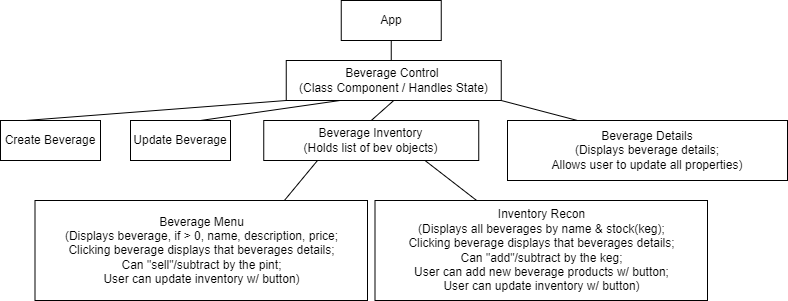
This is plan.png from jessi-b/tap-room, a draw.io export, as it was before one commit. Source tidied: cells renumbered, new cells last; positions are measured from the earlier drawing's top-left corner, leaving out a move shared by most shapes. Source of this version:
```xml
<mxGraphModel>
  <root>
    <mxCell id="0" />
    <mxCell id="1" parent="0" />
    <mxCell id="2" value="App" style="whiteSpace=wrap;html=1;align=center;" parent="1" vertex="1">
      <mxGeometry x="340.8" width="100" height="40" as="geometry" />
    </mxCell>
    <mxCell id="3" value="Beverage Control&amp;nbsp;&lt;br&gt;(Class Component / Handles State)" style="whiteSpace=wrap;html=1;align=center;" parent="1" vertex="1">
      <mxGeometry x="285.8" y="60" width="215" height="40" as="geometry" />
    </mxCell>
    <mxCell id="4" value="Beverage Inventory&lt;br&gt;(Holds list of bev objects)" style="whiteSpace=wrap;html=1;align=center;" parent="1" vertex="1">
      <mxGeometry x="263.2" y="120" width="215" height="40" as="geometry" />
    </mxCell>
    <mxCell id="5" value="Beverage Details&lt;br&gt;(Displays beverage details;&lt;br&gt;Allows user to update all properties)" style="whiteSpace=wrap;html=1;align=center;" parent="1" vertex="1">
      <mxGeometry x="507" y="120" width="280" height="60" as="geometry" />
    </mxCell>
    <mxCell id="6" value="Beverage Menu&lt;br&gt;(Displays beverage, if &amp;gt; 0, name, description, price;&lt;br&gt;Clicking beverage displays that beverages details;&lt;br&gt;Can &quot;sell&quot;/subtract by the pint;&lt;br&gt;User can update inventory w/ button)" style="whiteSpace=wrap;html=1;align=center;" parent="1" vertex="1">
      <mxGeometry x="34.5" y="200" width="332.5" height="100" as="geometry" />
    </mxCell>
    <mxCell id="7" value="Inventory Recon&lt;br&gt;(Displays all beverages by name &amp;amp; stock(keg);&lt;br&gt;Clicking beverage displays that beverages details;&lt;br&gt;Can &quot;add&quot;/subtract by the keg;&lt;br&gt;User can add new beverage products w/ button;&lt;br&gt;User can update inventory w/ button)" style="whiteSpace=wrap;html=1;align=center;" parent="1" vertex="1">
      <mxGeometry x="374.5" y="200" width="332.5" height="100" as="geometry" />
    </mxCell>
    <mxCell id="8" style="endArrow=none;html=1;rounded=0;exitX=0.25;exitY=1;exitDx=0;exitDy=0;entryX=0.75;entryY=0;entryDx=0;entryDy=0;" parent="1" edge="1" source="4" target="6">
      <mxGeometry relative="1" as="geometry" />
    </mxCell>
    <mxCell id="9" style="endArrow=none;html=1;rounded=0;exitX=0.5;exitY=1;exitDx=0;exitDy=0;" parent="1" edge="1" source="2">
      <mxGeometry relative="1" as="geometry">
        <mxPoint x="390.8" y="60" as="targetPoint" />
      </mxGeometry>
    </mxCell>
    <mxCell id="10" style="endArrow=none;html=1;rounded=0;exitX=0.75;exitY=1;exitDx=0;exitDy=0;" parent="1" edge="1" source="4" target="7">
      <mxGeometry relative="1" as="geometry" />
    </mxCell>
    <mxCell id="11" value="Update Beverage" style="whiteSpace=wrap;html=1;align=center;" parent="1" vertex="1">
      <mxGeometry x="130" y="120" width="100" height="40" as="geometry" />
    </mxCell>
    <mxCell id="12" value="Create Beverage" style="whiteSpace=wrap;html=1;align=center;" parent="1" vertex="1">
      <mxGeometry y="120" width="100" height="40" as="geometry" />
    </mxCell>
    <mxCell id="13" style="endArrow=none;html=1;rounded=0;entryX=0;entryY=1;entryDx=0;entryDy=0;exitX=0.25;exitY=0;exitDx=0;exitDy=0;" parent="1" edge="1" source="12" target="3">
      <mxGeometry relative="1" as="geometry" />
    </mxCell>
    <mxCell id="14" style="endArrow=none;html=1;rounded=0;entryX=0.25;entryY=1;entryDx=0;entryDy=0;" parent="1" edge="1" target="3">
      <mxGeometry relative="1" as="geometry">
        <mxPoint x="200" y="120" as="sourcePoint" />
      </mxGeometry>
    </mxCell>
    <mxCell id="15" style="endArrow=none;html=1;rounded=0;entryX=1;entryY=1;entryDx=0;entryDy=0;exitX=0.25;exitY=0;exitDx=0;exitDy=0;" parent="1" edge="1" source="5" target="3">
      <mxGeometry relative="1" as="geometry" />
    </mxCell>
    <mxCell id="16" style="endArrow=none;html=1;rounded=0;entryX=0.5;entryY=1;entryDx=0;entryDy=0;exitX=0.5;exitY=0;exitDx=0;exitDy=0;" parent="1" edge="1" source="4" target="3">
      <mxGeometry relative="1" as="geometry" />
    </mxCell>
  </root>
</mxGraphModel>
```
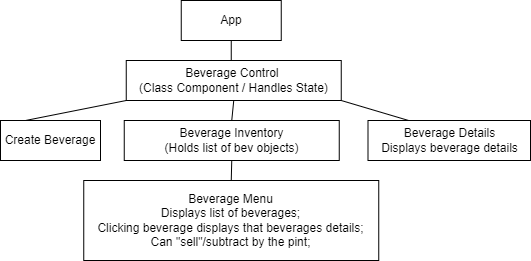
Later version of the same file.

Diff of the diagram source:
```diff
@@ -9,18 +9,15 @@
       <mxGeometry x="285.8" y="60" width="215" height="40" as="geometry" />
     </mxCell>
     <mxCell id="4" value="Beverage Inventory&lt;br&gt;(Holds list of bev objects)" style="whiteSpace=wrap;html=1;align=center;" parent="1" vertex="1">
-      <mxGeometry x="263.2" y="120" width="215" height="40" as="geometry" />
+      <mxGeometry x="283.8" y="120" width="215" height="40" as="geometry" />
     </mxCell>
-    <mxCell id="5" value="Beverage Details&lt;br&gt;(Displays beverage details;&lt;br&gt;Allows user to update all properties)" style="whiteSpace=wrap;html=1;align=center;" parent="1" vertex="1">
-      <mxGeometry x="507" y="120" width="280" height="60" as="geometry" />
+    <mxCell id="5" value="Beverage Details&lt;br&gt;Displays beverage details" style="whiteSpace=wrap;html=1;align=center;" parent="1" vertex="1">
+      <mxGeometry x="527.5" y="120" width="162.5" height="40" as="geometry" />
     </mxCell>
-    <mxCell id="6" value="Beverage Menu&lt;br&gt;(Displays beverage, if &amp;gt; 0, name, description, price;&lt;br&gt;Clicking beverage displays that beverages details;&lt;br&gt;Can &quot;sell&quot;/subtract by the pint;&lt;br&gt;User can update inventory w/ button)" style="whiteSpace=wrap;html=1;align=center;" parent="1" vertex="1">
-      <mxGeometry x="34.5" y="200" width="332.5" height="100" as="geometry" />
+    <mxCell id="6" value="Beverage Menu&lt;br&gt;Displays list of beverages;&lt;br&gt;Clicking beverage displays that beverages details;&lt;br&gt;Can &quot;sell&quot;/subtract by the pint;" style="whiteSpace=wrap;html=1;align=center;" parent="1" vertex="1">
+      <mxGeometry x="243.2" y="180" width="295" height="80" as="geometry" />
     </mxCell>
-    <mxCell id="7" value="Inventory Recon&lt;br&gt;(Displays all beverages by name &amp;amp; stock(keg);&lt;br&gt;Clicking beverage displays that beverages details;&lt;br&gt;Can &quot;add&quot;/subtract by the keg;&lt;br&gt;User can add new beverage products w/ button;&lt;br&gt;User can update inventory w/ button)" style="whiteSpace=wrap;html=1;align=center;" parent="1" vertex="1">
-      <mxGeometry x="374.5" y="200" width="332.5" height="100" as="geometry" />
-    </mxCell>
-    <mxCell id="8" style="endArrow=none;html=1;rounded=0;exitX=0.25;exitY=1;exitDx=0;exitDy=0;entryX=0.75;entryY=0;entryDx=0;entryDy=0;" parent="1" edge="1" source="4" target="6">
+    <mxCell id="8" style="endArrow=none;html=1;rounded=0;entryX=0.5;entryY=0;entryDx=0;entryDy=0;exitX=0.5;exitY=1;exitDx=0;exitDy=0;" parent="1" edge="1" source="4" target="6">
       <mxGeometry relative="1" as="geometry" />
     </mxCell>
     <mxCell id="9" style="endArrow=none;html=1;rounded=0;exitX=0.5;exitY=1;exitDx=0;exitDy=0;" parent="1" edge="1" source="2">
@@ -28,23 +25,12 @@
         <mxPoint x="390.8" y="60" as="targetPoint" />
       </mxGeometry>
     </mxCell>
-    <mxCell id="10" style="endArrow=none;html=1;rounded=0;exitX=0.75;exitY=1;exitDx=0;exitDy=0;" parent="1" edge="1" source="4" target="7">
-      <mxGeometry relative="1" as="geometry" />
-    </mxCell>
-    <mxCell id="11" value="Update Beverage" style="whiteSpace=wrap;html=1;align=center;" parent="1" vertex="1">
-      <mxGeometry x="130" y="120" width="100" height="40" as="geometry" />
-    </mxCell>
     <mxCell id="12" value="Create Beverage" style="whiteSpace=wrap;html=1;align=center;" parent="1" vertex="1">
-      <mxGeometry y="120" width="100" height="40" as="geometry" />
+      <mxGeometry x="160" y="120" width="100" height="40" as="geometry" />
     </mxCell>
     <mxCell id="13" style="endArrow=none;html=1;rounded=0;entryX=0;entryY=1;entryDx=0;entryDy=0;exitX=0.25;exitY=0;exitDx=0;exitDy=0;" parent="1" edge="1" source="12" target="3">
       <mxGeometry relative="1" as="geometry" />
     </mxCell>
-    <mxCell id="14" style="endArrow=none;html=1;rounded=0;entryX=0.25;entryY=1;entryDx=0;entryDy=0;" parent="1" edge="1" target="3">
-      <mxGeometry relative="1" as="geometry">
-        <mxPoint x="200" y="120" as="sourcePoint" />
-      </mxGeometry>
-    </mxCell>
     <mxCell id="15" style="endArrow=none;html=1;rounded=0;entryX=1;entryY=1;entryDx=0;entryDy=0;exitX=0.25;exitY=0;exitDx=0;exitDy=0;" parent="1" edge="1" source="5" target="3">
       <mxGeometry relative="1" as="geometry" />
     </mxCell>
```
